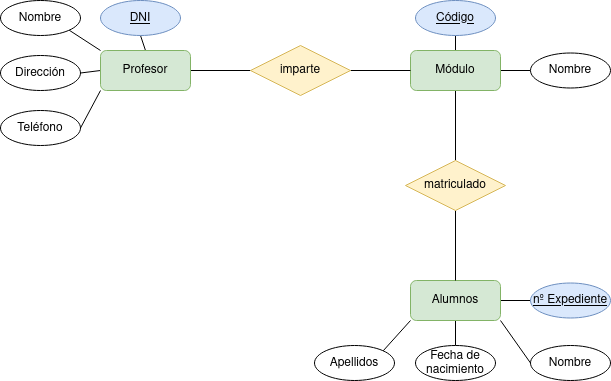
LuisMGlez/base-datos keeps this draw.io diagram as Unidad-1/Tareas/Tarea-4/Ejercicio5.drawio.png. Above is the earlier version. Source tidied: cells renumbered, new cells last; positions are measured from the earlier drawing's top-left corner, leaving out a move shared by most shapes.
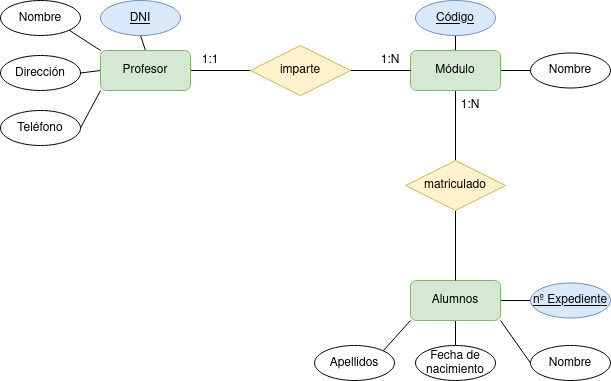
Above is the later version.

Change to the diagram source:
```diff
@@ -89,5 +89,14 @@
     <mxCell id="30" value="Nombre" style="ellipse;whiteSpace=wrap;html=1;" parent="1" vertex="1">
       <mxGeometry x="530" y="345" width="80" height="35" as="geometry" />
     </mxCell>
+    <mxCell id="31" value="1:N" style="text;strokeColor=none;align=center;fillColor=none;html=1;verticalAlign=middle;whiteSpace=wrap;rounded=0;" parent="1" vertex="1">
+      <mxGeometry x="360" y="45" width="60" height="30" as="geometry" />
+    </mxCell>
+    <mxCell id="32" value="1:N" style="text;strokeColor=none;align=center;fillColor=none;html=1;verticalAlign=middle;whiteSpace=wrap;rounded=0;" parent="1" vertex="1">
+      <mxGeometry x="440" y="90" width="60" height="30" as="geometry" />
+    </mxCell>
+    <mxCell id="33" value="1:1" style="text;strokeColor=none;align=center;fillColor=none;html=1;verticalAlign=middle;whiteSpace=wrap;rounded=0;" parent="1" vertex="1">
+      <mxGeometry x="180" y="45" width="60" height="30" as="geometry" />
+    </mxCell>
   </root>
 </mxGraphModel>
```
